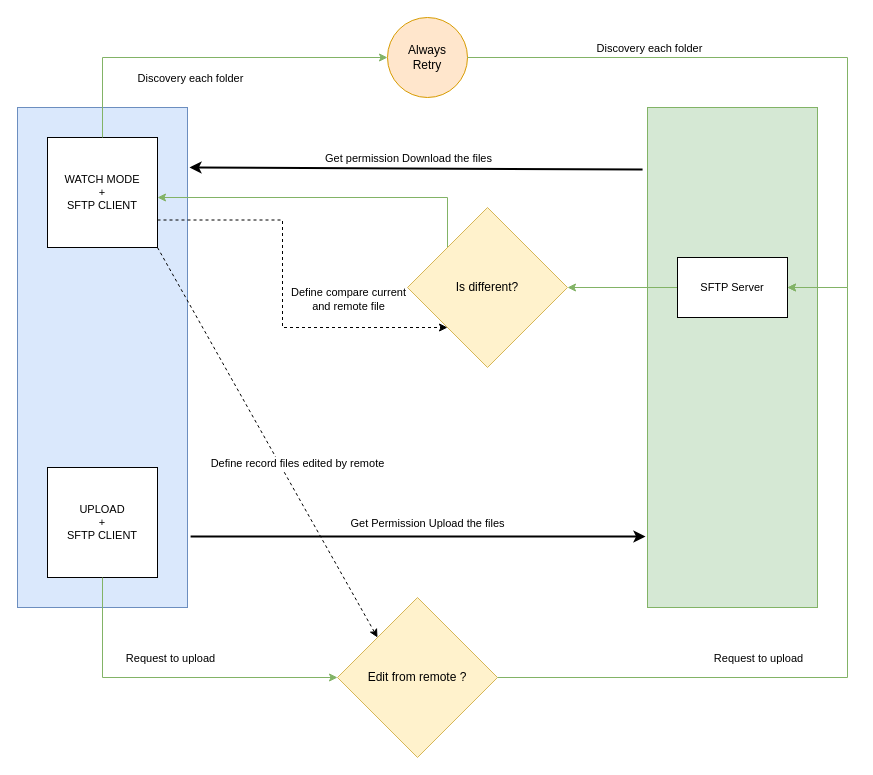
The draw.io diagram diagram_devsync.drawio in rolldone/ngi-sync, before the edit. Source tidied: cells renumbered, new cells numbered last; positions are measured from the earlier drawing's top-left corner, leaving out a move shared by most shapes. Both pictures are drawn from the tidied source at 100%, with x=0, y=0 at pixel (17, 17).
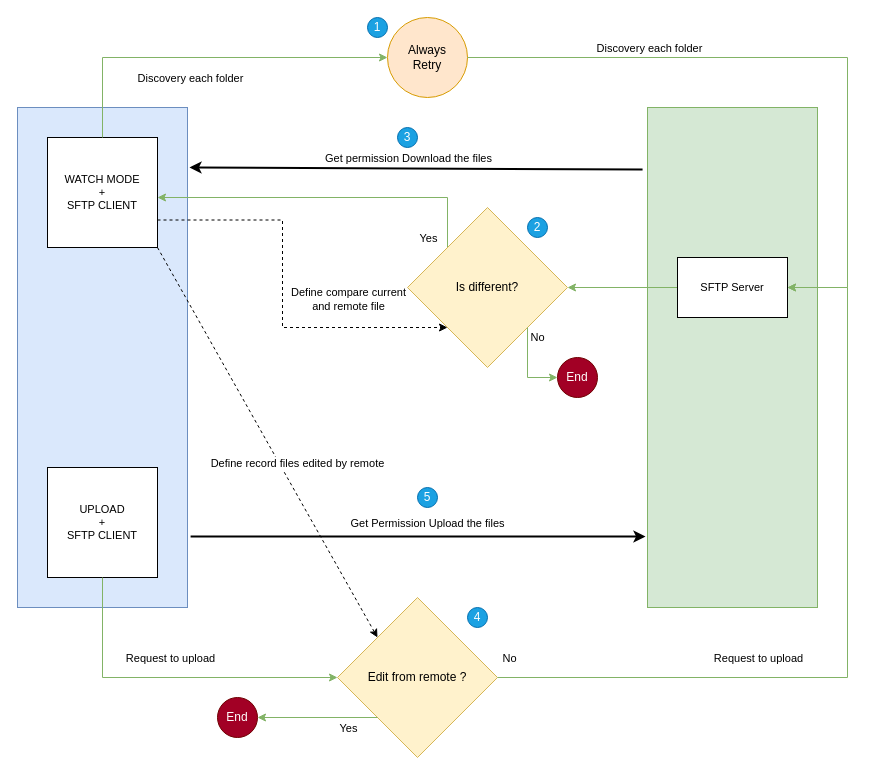
Above is the later version.

Commit message (it also covers changes not shown here):
New asset - Add scheme devsync and devsync2

The change refers to these unchanged cells:
```xml
<mxCell id="12" value="Edit from remote ?" style="rhombus;whiteSpace=wrap;html=1;fillColor=#fff2cc;strokeColor=#d6b656;" parent="2" vertex="1">
  <mxGeometry x="320" y="580" width="160" height="160" as="geometry" />
</mxCell>
<mxCell id="15" style="edgeStyle=orthogonalEdgeStyle;rounded=0;jettySize=auto;html=1;strokeWidth=1;entryX=1;entryY=0.5;entryDx=0;entryDy=0;fillColor=#d5e8d4;strokeColor=#82b366;exitX=1;exitY=0.5;exitDx=0;exitDy=0;" parent="2" edge="1" target="11">
  <mxGeometry relative="1" as="geometry">
    <mxPoint x="480" y="660" as="sourcePoint" />
    <Array as="points">
      <mxPoint x="830" y="660" />
      <mxPoint x="830" y="270" />
    </Array>
  </mxGeometry>
</mxCell>
<mxCell id="25" style="edgeStyle=orthogonalEdgeStyle;rounded=0;jettySize=auto;html=1;exitX=0;exitY=0;exitDx=0;exitDy=0;fillColor=#d5e8d4;strokeColor=#82b366;" parent="2" edge="1" source="26">
  <mxGeometry relative="1" as="geometry">
    <mxPoint x="140" y="180" as="targetPoint" />
    <Array as="points">
      <mxPoint x="430" y="180" />
    </Array>
  </mxGeometry>
</mxCell>
<mxCell id="26" value="Is different?" style="rhombus;whiteSpace=wrap;html=1;fillColor=#fff2cc;strokeColor=#d6b656;" parent="2" vertex="1">
  <mxGeometry x="390" y="190" width="160" height="160" as="geometry" />
</mxCell>
```

Change to the diagram source:
```diff
@@
+    <mxCell id="30" value="No" style="edgeLabel;html=1;align=center;verticalAlign=middle;" parent="15" vertex="1">
+      <mxGeometry x="-0.93" y="-1" relative="1" as="geometry">
+        <mxPoint x="-17" y="-21" as="offset" />
+      </mxGeometry>
+    </mxCell>
@@
+    <mxCell id="31" value="Yes" style="edgeLabel;html=1;align=center;verticalAlign=middle;" parent="25" vertex="1">
+      <mxGeometry x="-0.91" y="1" relative="1" as="geometry">
+        <mxPoint x="-19" y="5" as="offset" />
+      </mxGeometry>
+    </mxCell>
@@
+    <mxCell id="32" value="1" style="ellipse;whiteSpace=wrap;html=1;fillColor=#1ba1e2;strokeColor=#006EAF;fontColor=#ffffff;" parent="29" vertex="1">
+      <mxGeometry x="350" width="20" height="20" as="geometry" />
+    </mxCell>
+    <mxCell id="33" value="2" style="ellipse;whiteSpace=wrap;html=1;fillColor=#1ba1e2;strokeColor=#006EAF;fontColor=#ffffff;" parent="29" vertex="1">
+      <mxGeometry x="510" y="200" width="20" height="20" as="geometry" />
+    </mxCell>
+    <mxCell id="34" value="3" style="ellipse;whiteSpace=wrap;html=1;fillColor=#1ba1e2;strokeColor=#006EAF;fontColor=#ffffff;" parent="29" vertex="1">
+      <mxGeometry x="380" y="110" width="20" height="20" as="geometry" />
+    </mxCell>
+    <mxCell id="35" value="4" style="ellipse;whiteSpace=wrap;html=1;fillColor=#1ba1e2;strokeColor=#006EAF;fontColor=#ffffff;" parent="29" vertex="1">
+      <mxGeometry x="450" y="590" width="20" height="20" as="geometry" />
+    </mxCell>
+    <mxCell id="36" value="5" style="ellipse;whiteSpace=wrap;html=1;fillColor=#1ba1e2;strokeColor=#006EAF;fontColor=#ffffff;" parent="29" vertex="1">
+      <mxGeometry x="400" y="470" width="20" height="20" as="geometry" />
+    </mxCell>
+    <mxCell id="37" value="End" style="ellipse;whiteSpace=wrap;html=1;fillColor=#a20025;strokeColor=#6F0000;fontColor=#ffffff;" parent="29" vertex="1">
+      <mxGeometry x="200" y="680" width="40" height="40" as="geometry" />
+    </mxCell>
+    <mxCell id="38" style="edgeStyle=orthogonalEdgeStyle;rounded=0;jettySize=auto;html=1;exitX=0;exitY=1;exitDx=0;exitDy=0;entryX=1;entryY=0.5;entryDx=0;entryDy=0;fillColor=#d5e8d4;strokeColor=#82b366;" parent="29" edge="1" source="12" target="37">
+      <mxGeometry relative="1" as="geometry" />
+    </mxCell>
+    <mxCell id="39" value="Yes" style="edgeLabel;html=1;align=center;verticalAlign=middle;" parent="38" vertex="1">
+      <mxGeometry x="-0.67" y="2" relative="1" as="geometry">
+        <mxPoint x="-10" y="8" as="offset" />
+      </mxGeometry>
+    </mxCell>
+    <mxCell id="40" value="End" style="ellipse;whiteSpace=wrap;html=1;fillColor=#a20025;strokeColor=#6F0000;fontColor=#ffffff;" parent="29" vertex="1">
+      <mxGeometry x="540" y="340" width="40" height="40" as="geometry" />
+    </mxCell>
+    <mxCell id="41" value="No" style="edgeStyle=orthogonalEdgeStyle;rounded=0;jettySize=auto;html=1;exitX=1;exitY=1;exitDx=0;exitDy=0;entryX=0;entryY=0.5;entryDx=0;entryDy=0;fillColor=#d5e8d4;strokeColor=#82b366;" parent="29" edge="1" source="26" target="40">
+      <mxGeometry x="0.5" y="40" relative="1" as="geometry">
+        <Array as="points">
+          <mxPoint x="510" y="360" />
+        </Array>
+      </mxGeometry>
+    </mxCell>
```
